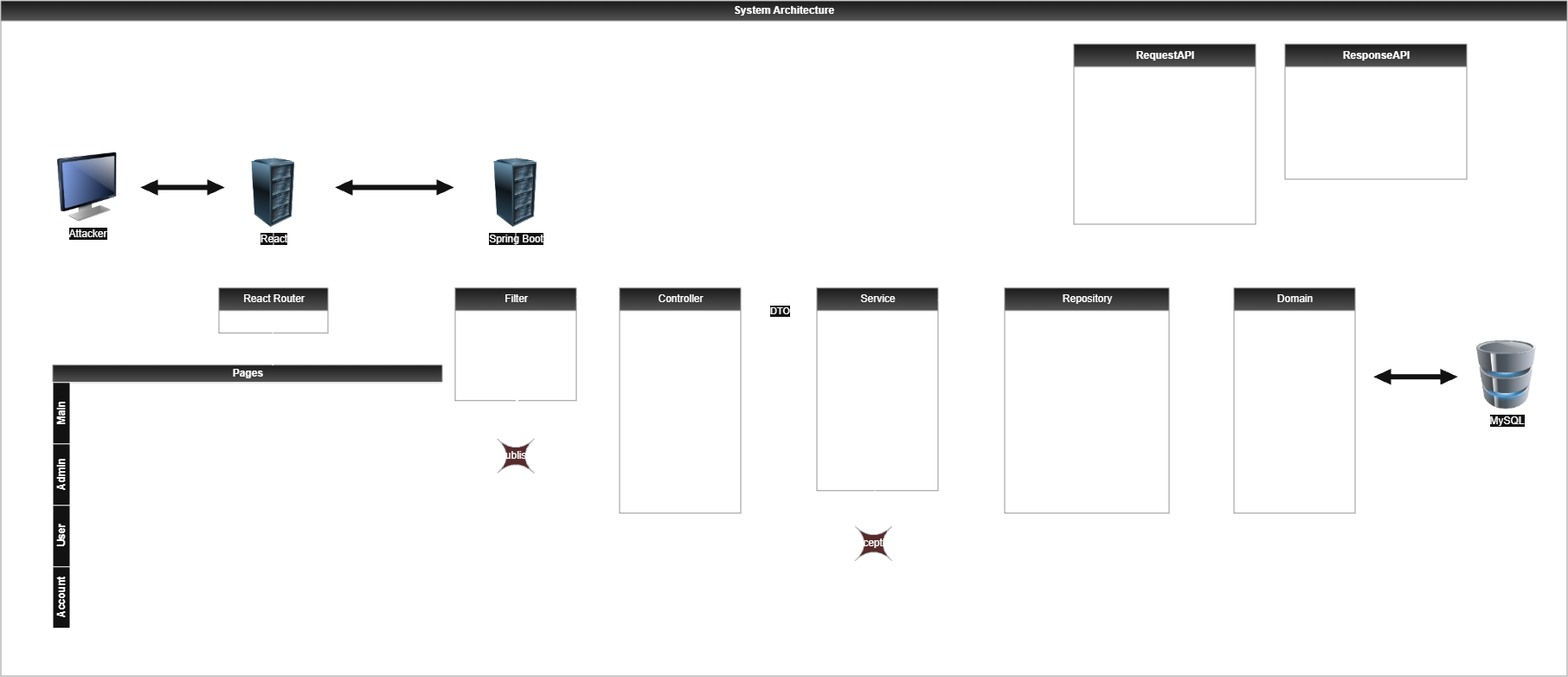
Above: images/SystemArchitecture.png in Soil0220/Secure-web-application-Lab (draw.io), before the change. Source tidied: cells renumbered, new cells last; positions are measured from the earlier drawing's top-left corner, leaving out a move shared by most shapes.
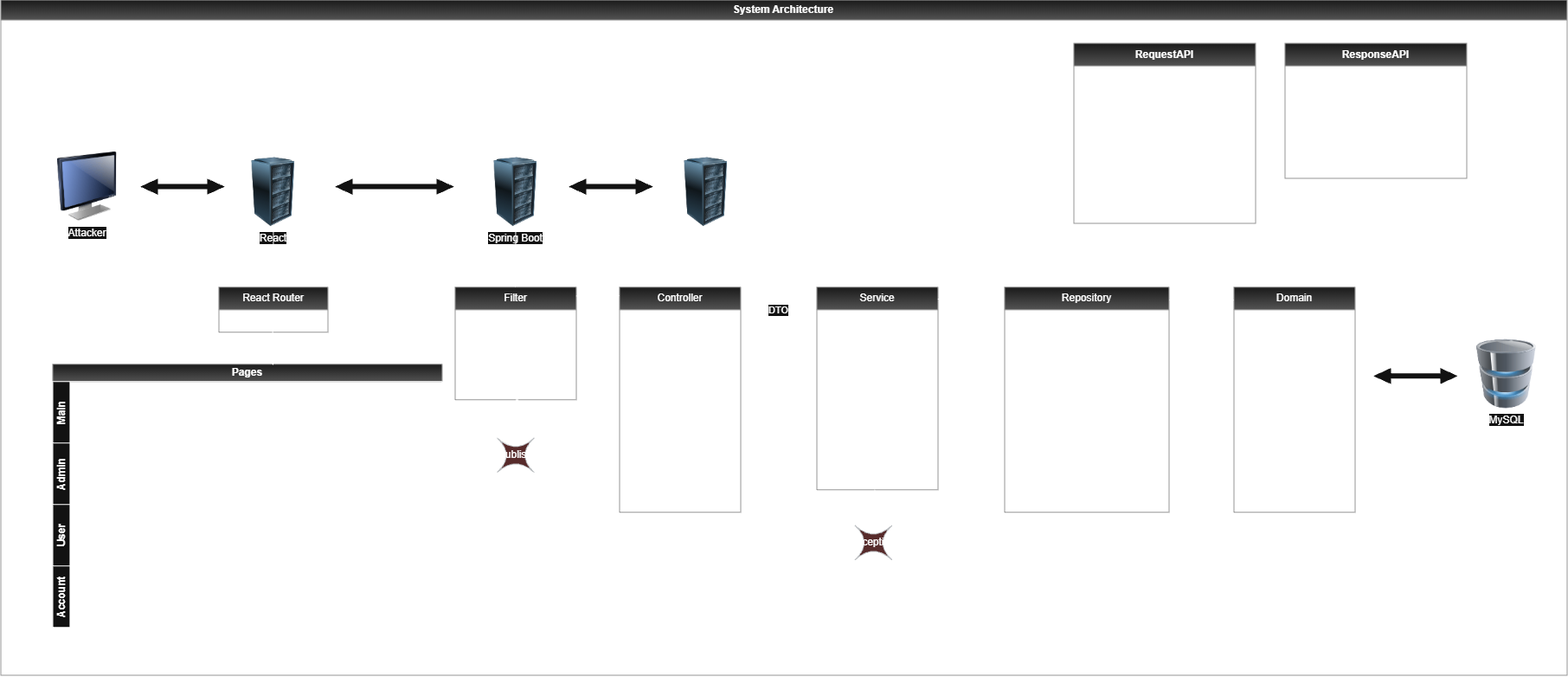
The same diagram one commit later.

What changed in the source:
```diff
@@ -352,5 +352,17 @@
     <mxCell id="114" value="Publish" style="shape=switch;whiteSpace=wrap;html=1;fillColor=#ffcccc;strokeColor=#36393d;" parent="2" vertex="1">
       <mxGeometry x="573.5" y="505.8" width="43" height="40" as="geometry" />
     </mxCell>
+    <mxCell id="115" style="image;html=1;image=img/lib/clip_art/computers/Server_Rack_128x128.png;" parent="2" vertex="1">
+      <mxGeometry x="775" y="181.8" width="80" height="80" as="geometry" />
+    </mxCell>
+    <mxCell id="116" style="html=1;shadow=0;dashed=0;align=center;verticalAlign=middle;shape=mxgraph.arrows2.twoWayArrow;dy=0.65;dx=22;" parent="2" vertex="1">
+      <mxGeometry x="655" y="205.5" width="100" height="20" as="geometry" />
+    </mxCell>
+    <mxCell id="117" value="Redis" style="text;html=1;whiteSpace=wrap;strokeColor=none;fillColor=none;align=center;verticalAlign=middle;rounded=0;" parent="2" vertex="1">
+      <mxGeometry x="785" y="261.8" width="60" height="30" as="geometry" />
+    </mxCell>
+    <mxCell id="118" value="Cache" style="text;html=1;whiteSpace=wrap;strokeColor=none;fillColor=none;align=center;verticalAlign=middle;rounded=0;" parent="2" vertex="1">
+      <mxGeometry x="785" y="145.5" width="60" height="30" as="geometry" />
+    </mxCell>
   </root>
 </mxGraphModel>
```
